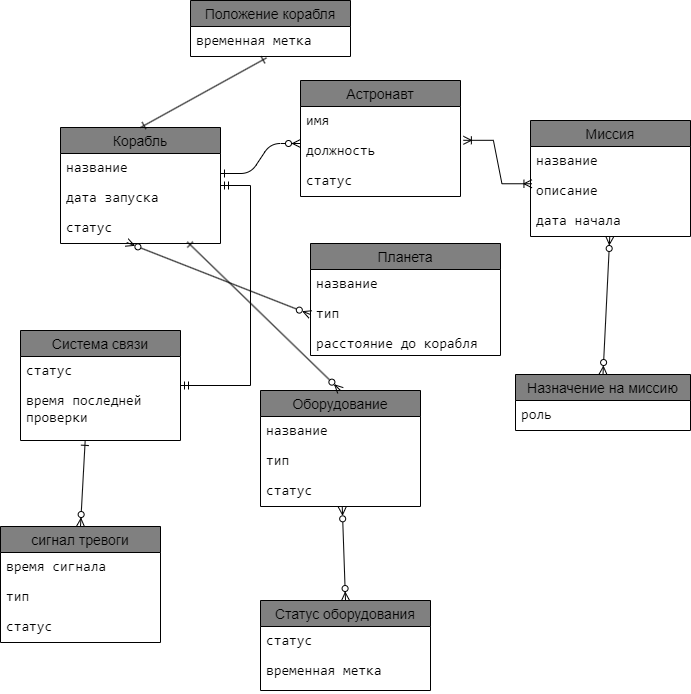
Above: Database/labs/lab1/DatabaseLab1.drawio.png in ivanstylish/ITMO-Study-Note (draw.io), before the change. Source tidied: cells renumbered, new cells last; positions are measured from the earlier drawing's top-left corner, leaving out a move shared by most shapes.
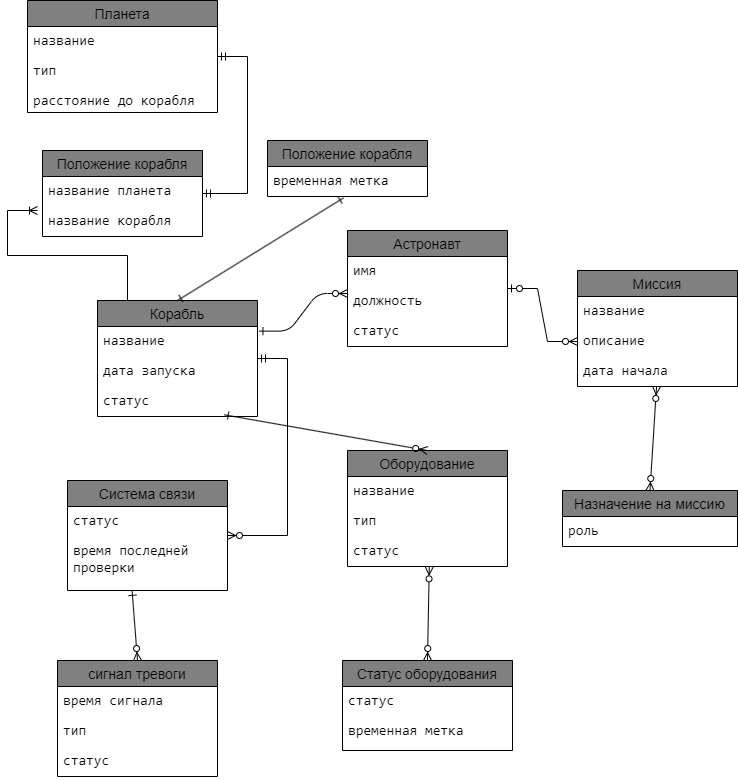
After the change.

Diff of the diagram source:
```diff
@@ -2,14 +2,13 @@
   <root>
     <mxCell id="0" />
     <mxCell id="1" parent="0" />
-    <mxCell id="2" style="edgeStyle=entityRelationEdgeStyle;endArrow=ERzeroToMany;startArrow=ERone;endFill=1;startFill=0;" parent="1" edge="1">
+    <mxCell id="2" style="edgeStyle=entityRelationEdgeStyle;endArrow=ERzeroToMany;startArrow=ERone;endFill=1;startFill=0;exitX=1.009;exitY=0.154;exitDx=0;exitDy=0;exitPerimeter=0;" parent="1" edge="1" source="4">
       <mxGeometry relative="1" as="geometry">
-        <mxPoint x="220" y="173" as="sourcePoint" />
         <mxPoint x="300" y="143" as="targetPoint" />
       </mxGeometry>
     </mxCell>
     <mxCell id="3" value="Корабль" style="swimlane;fontStyle=0;horizontal=1;startSize=26;align=center;fontSize=14;labelBackgroundColor=none;labelBorderColor=none;textShadow=0;fillColor=#808080;" parent="1" vertex="1">
-      <mxGeometry x="60" y="127" width="160" height="116" as="geometry" />
+      <mxGeometry x="50" y="150" width="160" height="116" as="geometry" />
     </mxCell>
     <mxCell id="4" value="&lt;span style=&quot;font-size: 10.5pt; font-family: Consolas;&quot;&gt;&lt;font style=&quot;color: rgb(0, 0, 0);&quot;&gt;название&lt;/font&gt;&lt;/span&gt;" style="text;strokeColor=none;fillColor=none;spacingLeft=4;spacingRight=4;overflow=hidden;points=[[0,0.5],[1,0.5]];portConstraint=eastwest;fontSize=12;whiteSpace=wrap;html=1;align=left;" parent="3" vertex="1">
       <mxGeometry y="26" width="160" height="30" as="geometry" />
@@ -33,7 +32,7 @@
       <mxGeometry y="86" width="160" height="30" as="geometry" />
     </mxCell>
     <mxCell id="11" value="Планета" style="swimlane;fontStyle=0;horizontal=1;startSize=26;align=center;fontSize=14;fillColor=#808080;" parent="1" vertex="1">
-      <mxGeometry x="310" y="243" width="190" height="112" as="geometry" />
+      <mxGeometry x="-20" y="-150" width="190" height="112" as="geometry" />
     </mxCell>
     <mxCell id="12" value="&lt;span style=&quot;font-size: 10.5pt; font-family: Consolas;&quot;&gt;&lt;font style=&quot;color: rgb(0, 0, 0);&quot;&gt;название&lt;/font&gt;&lt;/span&gt;" style="text;strokeColor=none;fillColor=none;spacingLeft=4;spacingRight=4;overflow=hidden;fontSize=12;whiteSpace=wrap;html=1;" parent="11" vertex="1">
       <mxGeometry y="26" width="190" height="30" as="geometry" />
@@ -45,7 +44,7 @@
       <mxGeometry y="86" width="190" height="26" as="geometry" />
     </mxCell>
     <mxCell id="15" value="Оборудование" style="swimlane;fontStyle=0;horizontal=1;startSize=26;align=center;fontSize=14;fillColor=#808080;" parent="1" vertex="1">
-      <mxGeometry x="260" y="390" width="160" height="116" as="geometry" />
+      <mxGeometry x="300" y="300" width="160" height="116" as="geometry" />
     </mxCell>
     <mxCell id="16" value="&lt;span style=&quot;font-size: 10.5pt; font-family: Consolas;&quot;&gt;&lt;font style=&quot;color: rgb(0, 0, 0);&quot;&gt;название&lt;/font&gt;&lt;/span&gt;" style="text;strokeColor=none;fillColor=none;spacingLeft=4;spacingRight=4;overflow=hidden;fontSize=12;whiteSpace=wrap;html=1;" parent="15" vertex="1">
       <mxGeometry y="26" width="160" height="30" as="geometry" />
@@ -78,7 +77,7 @@
       <mxGeometry y="56" width="160" height="54" as="geometry" />
     </mxCell>
     <mxCell id="26" value="Статус оборудования" style="swimlane;fontStyle=0;horizontal=1;startSize=26;align=center;fontSize=14;fillColor=#808080;" parent="1" vertex="1">
-      <mxGeometry x="260" y="600" width="170" height="90" as="geometry" />
+      <mxGeometry x="295" y="510" width="170" height="90" as="geometry" />
     </mxCell>
     <mxCell id="27" value="&lt;span style=&quot;font-size: 10.5pt; font-family: Consolas;&quot;&gt;&lt;font style=&quot;color: rgb(0, 0, 0);&quot;&gt;статус&lt;/font&gt;&lt;/span&gt;" style="text;strokeColor=none;fillColor=none;spacingLeft=4;spacingRight=4;overflow=hidden;fontSize=12;whiteSpace=wrap;html=1;" parent="26" vertex="1">
       <mxGeometry y="26" width="170" height="30" as="geometry" />
@@ -87,7 +86,7 @@
       <mxGeometry y="56" width="170" height="34" as="geometry" />
     </mxCell>
     <mxCell id="29" value="сигнал тревоги" style="swimlane;fontStyle=0;horizontal=1;startSize=26;align=center;fontSize=14;fillColor=#808080;" parent="1" vertex="1">
-      <mxGeometry y="526" width="160" height="116" as="geometry" />
+      <mxGeometry x="10" y="510" width="160" height="116" as="geometry" />
     </mxCell>
     <mxCell id="30" value="&lt;span style=&quot;font-size: 10.5pt; font-family: Consolas;&quot;&gt;&lt;font style=&quot;color: rgb(0, 0, 0);&quot;&gt;время сигнала&lt;/font&gt;&lt;/span&gt;" style="text;strokeColor=none;fillColor=none;spacingLeft=4;spacingRight=4;overflow=hidden;fontSize=12;whiteSpace=wrap;html=1;" parent="29" vertex="1">
       <mxGeometry y="26" width="160" height="30" as="geometry" />
@@ -99,27 +98,17 @@
       <mxGeometry y="86" width="160" height="30" as="geometry" />
     </mxCell>
     <mxCell id="33" value="Положение корабля" style="swimlane;fontStyle=0;horizontal=1;startSize=26;align=center;fontSize=14;fillColor=#808080;" parent="1" vertex="1">
-      <mxGeometry x="190" width="160" height="56" as="geometry" />
+      <mxGeometry x="220" y="-10" width="160" height="56" as="geometry" />
     </mxCell>
     <mxCell id="34" value="&lt;span style=&quot;font-size: 10.5pt; font-family: Consolas;&quot;&gt;&lt;font style=&quot;color: rgb(0, 0, 0);&quot;&gt;временная метка&lt;/font&gt;&lt;/span&gt;" style="text;strokeColor=none;fillColor=none;spacingLeft=4;spacingRight=4;overflow=hidden;points=[[0,0.5],[1,0.5]];portConstraint=eastwest;fontSize=12;whiteSpace=wrap;html=1;" parent="33" vertex="1">
       <mxGeometry y="26" width="160" height="30" as="geometry" />
     </mxCell>
     <mxCell id="35" value="Назначение на миссию" style="swimlane;fontStyle=0;horizontal=1;startSize=26;align=center;fontSize=14;fillColor=#808080;" parent="1" vertex="1">
-      <mxGeometry x="515" y="374" width="175" height="56" as="geometry" />
+      <mxGeometry x="515" y="340" width="175" height="56" as="geometry" />
     </mxCell>
     <mxCell id="36" value="&lt;span style=&quot;font-size: 10.5pt; font-family: Consolas;&quot;&gt;&lt;font style=&quot;color: rgb(0, 0, 0);&quot;&gt;роль&lt;/font&gt;&lt;/span&gt;" style="text;strokeColor=none;fillColor=none;spacingLeft=4;spacingRight=4;overflow=hidden;fontSize=12;whiteSpace=wrap;html=1;" parent="35" vertex="1">
       <mxGeometry y="26" width="175" height="30" as="geometry" />
     </mxCell>
-    <mxCell id="37" style="edgeStyle=entityRelationEdgeStyle;fontSize=12;html=1;endArrow=ERmandOne;startArrow=ERmandOne;rounded=0;" parent="1" edge="1" source="23" target="3">
-      <mxGeometry relative="1" as="geometry">
-        <Array as="points">
-          <mxPoint x="124.7" y="275.5" />
-        </Array>
-      </mxGeometry>
-    </mxCell>
-    <mxCell id="38" style="edgeStyle=entityRelationEdgeStyle;fontSize=12;html=1;endArrow=ERoneToMany;startArrow=ERoneToMany;rounded=0;entryX=0.009;entryY=0.242;entryDx=0;entryDy=0;entryPerimeter=0;exitX=1.018;exitY=0.127;exitDx=0;exitDy=0;exitPerimeter=0;" parent="1" edge="1" source="9" target="21">
-      <mxGeometry relative="1" as="geometry" />
-    </mxCell>
     <mxCell id="39" style="endArrow=ERone;html=1;rounded=0;entryX=0.475;entryY=1.047;entryDx=0;entryDy=0;entryPerimeter=0;exitX=0.5;exitY=0;exitDx=0;exitDy=0;startArrow=ERone;startFill=0;endFill=0;" parent="1" edge="1" source="3" target="34">
       <mxGeometry relative="1" as="geometry" />
     </mxCell>
@@ -129,14 +118,38 @@
     <mxCell id="41" style="endArrow=ERzeroToMany;html=1;rounded=0;entryX=0.5;entryY=0;entryDx=0;entryDy=0;startArrow=ERzeroToMany;startFill=0;endFill=0;" parent="1" edge="1" source="22" target="35">
       <mxGeometry relative="1" as="geometry" />
     </mxCell>
-    <mxCell id="42" style="endArrow=ERzeroToMany;html=1;rounded=0;exitX=0.414;exitY=0.966;exitDx=0;exitDy=0;exitPerimeter=0;entryX=0;entryY=0.5;entryDx=0;entryDy=0;startArrow=ERzeroToMany;startFill=0;endFill=0;" parent="1" edge="1" source="6" target="13">
-      <mxGeometry relative="1" as="geometry" />
-    </mxCell>
     <mxCell id="43" style="endArrow=ERzeroToMany;html=1;rounded=0;exitX=0.511;exitY=1.011;exitDx=0;exitDy=0;exitPerimeter=0;entryX=0.5;entryY=0;entryDx=0;entryDy=0;startArrow=ERzeroToMany;startFill=0;endFill=0;" parent="1" edge="1" source="18" target="26">
       <mxGeometry relative="1" as="geometry" />
     </mxCell>
     <mxCell id="44" style="endArrow=ERzeroToMany;html=1;rounded=0;entryX=0.5;entryY=0;entryDx=0;entryDy=0;exitX=0.792;exitY=0.944;exitDx=0;exitDy=0;exitPerimeter=0;startArrow=ERone;startFill=0;endFill=0;" parent="1" edge="1" source="6" target="15">
       <mxGeometry relative="1" as="geometry" />
     </mxCell>
+    <mxCell id="45" style="edgeStyle=entityRelationEdgeStyle;fontSize=12;html=1;endArrow=ERzeroToMany;startArrow=ERzeroToOne;rounded=0;entryX=0;entryY=0.5;entryDx=0;entryDy=0;" parent="1" edge="1" source="7" target="21">
+      <mxGeometry relative="1" as="geometry">
+        <Array as="points">
+          <mxPoint x="360" y="270" />
+        </Array>
+      </mxGeometry>
+    </mxCell>
+    <mxCell id="46" value="Положение корабля" style="swimlane;fontStyle=0;horizontal=1;startSize=26;align=center;fontSize=14;fillColor=light-dark(#808080,var(--ge-dark-color, #121212));" parent="1" vertex="1">
+      <mxGeometry x="-5" width="160" height="86" as="geometry" />
+    </mxCell>
+    <mxCell id="47" value="&lt;span style=&quot;font-family: Consolas; font-size: 14px;&quot;&gt;название планета&lt;/span&gt;" style="text;strokeColor=none;fillColor=none;spacingLeft=4;spacingRight=4;overflow=hidden;fontSize=12;whiteSpace=wrap;html=1;" parent="46" vertex="1">
+      <mxGeometry y="26" width="160" height="30" as="geometry" />
+    </mxCell>
+    <mxCell id="48" value="&lt;span style=&quot;font-family: Consolas; font-size: 14px;&quot;&gt;название корабля&lt;/span&gt;" style="text;strokeColor=none;fillColor=none;spacingLeft=4;spacingRight=4;overflow=hidden;fontSize=12;whiteSpace=wrap;html=1;" parent="46" vertex="1">
+      <mxGeometry y="56" width="160" height="30" as="geometry" />
+    </mxCell>
+    <mxCell id="49" style="edgeStyle=entityRelationEdgeStyle;fontSize=12;html=1;endArrow=ERzeroToMany;startArrow=ERmandOne;rounded=0;" parent="1" edge="1" source="3" target="23">
+      <mxGeometry relative="1" as="geometry" />
+    </mxCell>
+    <mxCell id="50" style="edgeStyle=entityRelationEdgeStyle;fontSize=12;html=1;endArrow=ERmandOne;startArrow=ERmandOne;rounded=0;" parent="1" edge="1" source="46" target="11">
+      <mxGeometry relative="1" as="geometry" />
+    </mxCell>
+    <mxCell id="51" style="edgeStyle=entityRelationEdgeStyle;fontSize=12;html=1;endArrow=ERoneToMany;rounded=0;exitX=0;exitY=0;exitDx=0;exitDy=0;" parent="1" edge="1" source="3">
+      <mxGeometry relative="1" as="geometry">
+        <mxPoint x="-10" y="60" as="targetPoint" />
+      </mxGeometry>
+    </mxCell>
   </root>
 </mxGraphModel>
```
